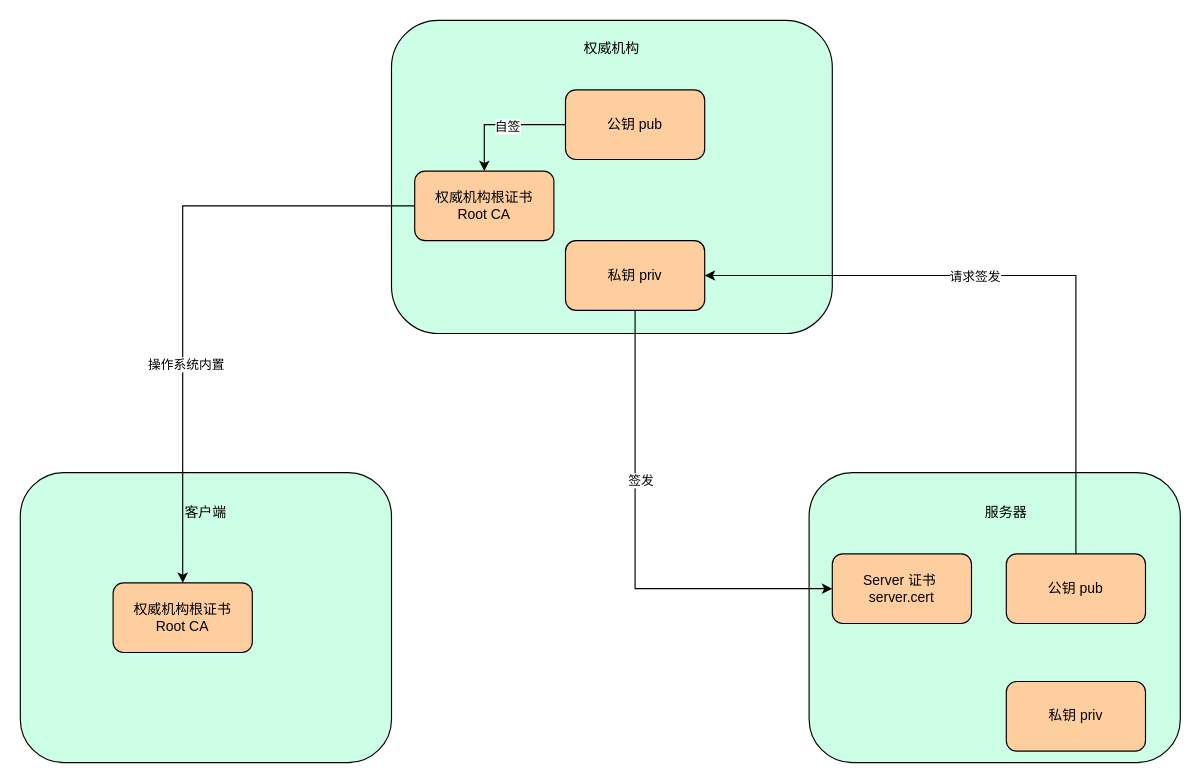
Before: page "certificate_rsa" (1 of 2) of draws/fandou/https.drawio in fortianwei/draw.io, a draw.io diagram. Source tidied: cells renumbered, new cells numbered last; positions are measured from the earlier drawing's top-left corner, leaving out a move shared by most shapes. Both pictures are drawn from the tidied source at 116%, with x=0, y=0 at pixel (20, 20).
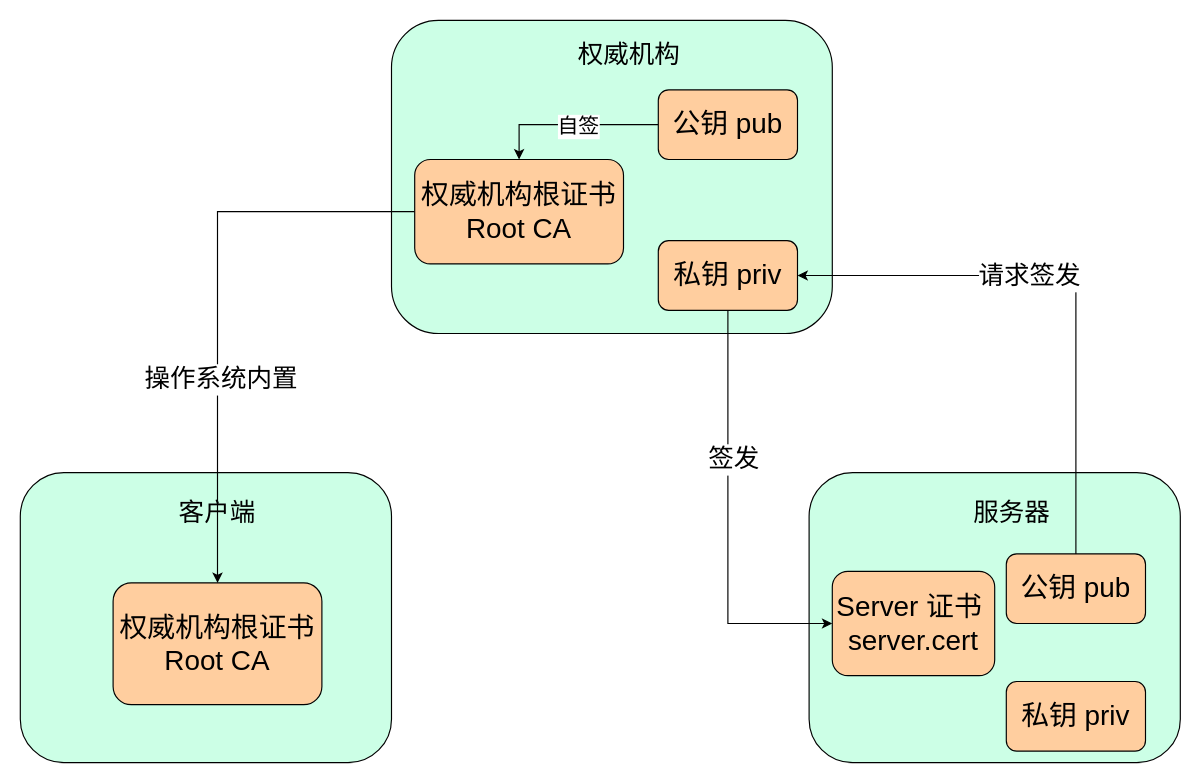
Above is the later version.

Unchanged cells that the change refers to:
```xml
<mxCell id="5" style="edgeStyle=orthogonalEdgeStyle;rounded=0;jettySize=auto;html=1;entryX=1;entryY=0.5;entryDx=0;entryDy=0;exitX=0.5;exitY=0;exitDx=0;exitDy=0;" parent="1" edge="1" source="7" target="12">
  <mxGeometry relative="1" as="geometry" />
</mxCell>
<mxCell id="10" style="edgeStyle=orthogonalEdgeStyle;rounded=0;jettySize=auto;html=1;entryX=0;entryY=0.5;entryDx=0;entryDy=0;exitX=0.5;exitY=1;exitDx=0;exitDy=0;" parent="1" edge="1" source="12" target="9">
  <mxGeometry relative="1" as="geometry" />
</mxCell>
<mxCell id="16" style="edgeStyle=orthogonalEdgeStyle;rounded=0;jettySize=auto;html=1;exitX=0;exitY=0.5;exitDx=0;exitDy=0;" parent="1" edge="1" source="18" target="19">
  <mxGeometry relative="1" as="geometry" />
</mxCell>
```

Change to the diagram source:
```diff
@@
-    <mxCell id="6" value="请求签发" style="edgeLabel;html=1;align=center;verticalAlign=middle;" parent="5" vertex="1">
+    <mxCell id="6" value="请求签发" style="edgeLabel;html=1;align=center;verticalAlign=middle;fontSize=22;" parent="5" vertex="1">
       <mxGeometry x="0.17" relative="1" as="geometry" />
     </mxCell>
-    <mxCell id="7" value="公钥 pub" style="rounded=1;whiteSpace=wrap;html=1;fillColor=#FFCE9F;" parent="1" vertex="1">
+    <mxCell id="7" value="公钥 pub" style="rounded=1;whiteSpace=wrap;html=1;fillColor=#FFCE9F;fontSize=24;" parent="1" vertex="1">
       <mxGeometry x="850" y="460" width="120" height="60" as="geometry" />
     </mxCell>
-    <mxCell id="8" value="私钥 priv" style="rounded=1;whiteSpace=wrap;html=1;fillColor=#FFCE9F;" parent="1" vertex="1">
+    <mxCell id="8" value="私钥 priv" style="rounded=1;whiteSpace=wrap;html=1;fillColor=#FFCE9F;fontSize=24;" parent="1" vertex="1">
       <mxGeometry x="850" y="570" width="120" height="60" as="geometry" />
     </mxCell>
-    <mxCell id="9" value="Server 证书&amp;nbsp; server.cert" style="rounded=1;whiteSpace=wrap;html=1;fillColor=#FFCE9F;" parent="1" vertex="1">
-      <mxGeometry x="700" y="460" width="120" height="60" as="geometry" />
+    <mxCell id="9" value="Server 证书&amp;nbsp; server.cert" style="rounded=1;whiteSpace=wrap;html=1;fillColor=#FFCE9F;fontSize=24;" parent="1" vertex="1">
+      <mxGeometry x="700" y="475" width="140" height="90" as="geometry" />
     </mxCell>
@@
-    <mxCell id="11" value="签发" style="edgeLabel;html=1;align=center;verticalAlign=middle;" parent="10" vertex="1">
+    <mxCell id="11" value="签发" style="edgeLabel;html=1;align=center;verticalAlign=middle;fontSize=22;" parent="10" vertex="1">
       <mxGeometry x="-0.29" y="4" relative="1" as="geometry" />
     </mxCell>
-    <mxCell id="12" value="私钥 priv" style="rounded=1;whiteSpace=wrap;html=1;fillColor=#FFCE9F;" parent="1" vertex="1">
-      <mxGeometry x="470" y="190" width="120" height="60" as="geometry" />
+    <mxCell id="12" value="私钥 priv" style="rounded=1;whiteSpace=wrap;html=1;fillColor=#FFCE9F;fontSize=24;" parent="1" vertex="1">
+      <mxGeometry x="550" y="190" width="120" height="60" as="geometry" />
     </mxCell>
-    <mxCell id="13" style="edgeStyle=orthogonalEdgeStyle;rounded=0;jettySize=auto;html=1;exitX=0;exitY=0.5;exitDx=0;exitDy=0;" parent="1" edge="1" source="15" target="18">
+    <mxCell id="13" style="edgeStyle=orthogonalEdgeStyle;rounded=0;jettySize=auto;html=1;exitX=0;exitY=0.5;exitDx=0;exitDy=0;entryX=0.5;entryY=0;entryDx=0;entryDy=0;" parent="1" edge="1" source="15" target="18">
       <mxGeometry relative="1" as="geometry" />
     </mxCell>
-    <mxCell id="14" value="自签" style="edgeLabel;html=1;align=center;verticalAlign=middle;" parent="13" vertex="1">
+    <mxCell id="14" value="自签" style="edgeLabel;html=1;align=center;verticalAlign=middle;fontSize=18;" parent="13" vertex="1">
       <mxGeometry x="-0.07" y="1" relative="1" as="geometry" />
     </mxCell>
-    <mxCell id="15" value="公钥 pub" style="rounded=1;whiteSpace=wrap;html=1;fillColor=#FFCE9F;" parent="1" vertex="1">
-      <mxGeometry x="470" y="60" width="120" height="60" as="geometry" />
+    <mxCell id="15" value="公钥 pub" style="rounded=1;whiteSpace=wrap;html=1;fillColor=#FFCE9F;fontSize=24;" parent="1" vertex="1">
+      <mxGeometry x="550" y="60" width="120" height="60" as="geometry" />
     </mxCell>
@@
-    <mxCell id="17" value="操作系统内置" style="edgeLabel;html=1;align=center;verticalAlign=middle;" parent="16" vertex="1">
+    <mxCell id="17" value="操作系统内置" style="edgeLabel;html=1;align=center;verticalAlign=middle;fontSize=22;" parent="16" vertex="1">
       <mxGeometry x="0.28" y="2" relative="1" as="geometry" />
     </mxCell>
-    <mxCell id="18" value="权威机构根证书&lt;br&gt;Root CA" style="rounded=1;whiteSpace=wrap;html=1;fillColor=#FFCE9F;" parent="1" vertex="1">
-      <mxGeometry x="340" y="130" width="120" height="60" as="geometry" />
+    <mxCell id="18" value="权威机构根证书&lt;br style=&quot;font-size: 24px;&quot;&gt;Root CA" style="rounded=1;whiteSpace=wrap;html=1;fillColor=#FFCE9F;fontSize=24;" parent="1" vertex="1">
+      <mxGeometry x="340" y="120" width="180" height="90" as="geometry" />
     </mxCell>
-    <mxCell id="19" value="权威机构根证书&lt;br&gt;Root CA" style="rounded=1;whiteSpace=wrap;html=1;fillColor=#FFCE9F;" parent="1" vertex="1">
-      <mxGeometry x="80" y="485" width="120" height="60" as="geometry" />
+    <mxCell id="19" value="权威机构根证书&lt;br style=&quot;font-size: 24px;&quot;&gt;Root CA" style="rounded=1;whiteSpace=wrap;html=1;fillColor=#FFCE9F;fontSize=24;" parent="1" vertex="1">
+      <mxGeometry x="80" y="485" width="180" height="105" as="geometry" />
     </mxCell>
-    <mxCell id="20" value="客户端" style="text;html=1;strokeColor=none;fillColor=none;align=center;verticalAlign=middle;whiteSpace=wrap;rounded=0;" parent="1" vertex="1">
-      <mxGeometry x="130" y="410" width="60" height="30" as="geometry" />
+    <mxCell id="20" value="客户端" style="text;html=1;strokeColor=none;fillColor=none;align=center;verticalAlign=middle;whiteSpace=wrap;rounded=0;fontSize=22;" parent="1" vertex="1">
+      <mxGeometry x="130" y="410" width="80" height="30" as="geometry" />
     </mxCell>
-    <mxCell id="21" value="服务器" style="text;html=1;strokeColor=none;fillColor=none;align=center;verticalAlign=middle;whiteSpace=wrap;rounded=0;" parent="1" vertex="1">
-      <mxGeometry x="820" y="410" width="60" height="30" as="geometry" />
+    <mxCell id="21" value="服务器" style="text;html=1;strokeColor=none;fillColor=none;align=center;verticalAlign=middle;whiteSpace=wrap;rounded=0;fontSize=22;" parent="1" vertex="1">
+      <mxGeometry x="820" y="410" width="70" height="30" as="geometry" />
     </mxCell>
-    <mxCell id="22" value="权威机构" style="text;html=1;strokeColor=none;fillColor=none;align=center;verticalAlign=middle;whiteSpace=wrap;rounded=0;" parent="1" vertex="1">
-      <mxGeometry x="480" y="10" width="60" height="30" as="geometry" />
+    <mxCell id="22" value="权威机构" style="text;html=1;strokeColor=none;fillColor=none;align=center;verticalAlign=middle;whiteSpace=wrap;rounded=0;fontSize=22;" parent="1" vertex="1">
+      <mxGeometry x="480" y="10" width="90" height="40" as="geometry" />
     </mxCell>
```
